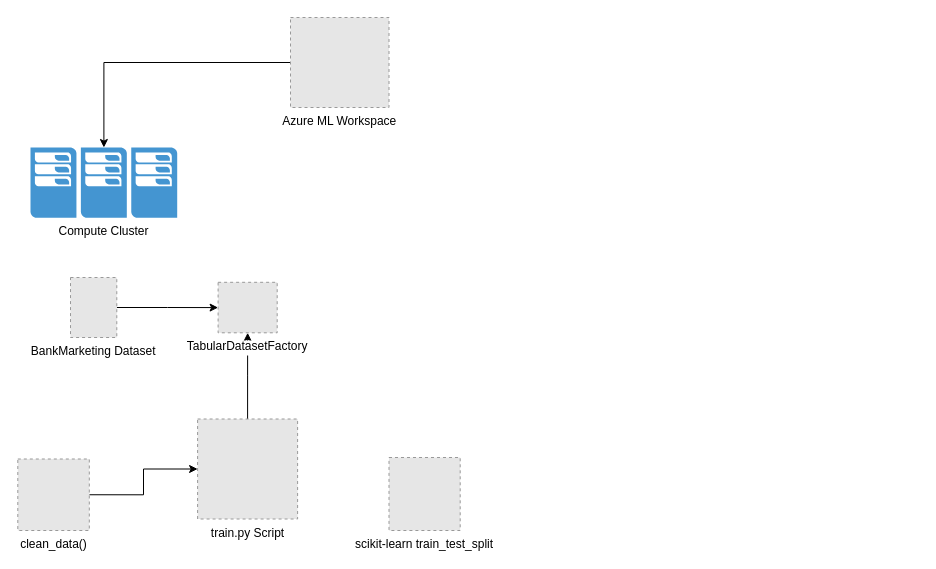
ionut-ml/nd00333_AZMLND_Optimizing_a_Pipeline_in_Azure-Starter_Files keeps this draw.io diagram as AutoMLDiagram.drawio. Above is the earlier version. Source tidied: cells renumbered, new cells numbered last; positions are measured from the earlier drawing's top-left corner, leaving out a move shared by most shapes. Both pictures are drawn from the tidied source at 100%, with x=0, y=0 at pixel (17, 17). Pictures stored in the file or linked from it are replaced by grey dashed boxes.
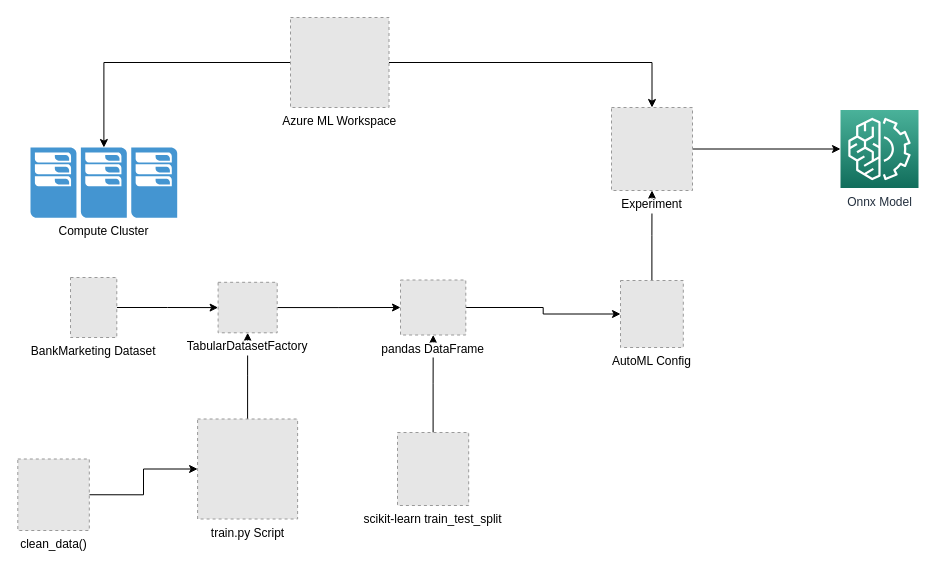
After the change.

The change refers to these unchanged cells:
```xml
<mxCell id="4" value="Azure ML Workspace" style="fillColor=#E6E6E6;strokeColor=#999999;dashed=1;verticalLabelPosition=bottom;labelBackgroundColor=#ffffff;verticalAlign=top;" parent="1" vertex="1">
  <mxGeometry x="273" width="98.5" height="90" as="geometry" />
</mxCell>
<mxCell id="12" value="TabularDatasetFactory" style="fillColor=#E6E6E6;strokeColor=#999999;dashed=1;verticalLabelPosition=bottom;labelBackgroundColor=#ffffff;verticalAlign=top;" parent="1" vertex="1">
  <mxGeometry x="200.6" y="264.8" width="59.1" height="50.5" as="geometry" />
</mxCell>
```

The edit, as a diff of the source:
```diff
@@
+    <mxCell id="13" style="edgeStyle=orthogonalEdgeStyle;rounded=0;jettySize=auto;html=1;entryX=0.5;entryY=0;entryDx=0;entryDy=0;" parent="1" edge="1" source="4" target="21">
+      <mxGeometry relative="1" as="geometry" />
+    </mxCell>
@@
+    <mxCell id="14" style="edgeStyle=orthogonalEdgeStyle;rounded=0;jettySize=auto;html=1;" parent="1" edge="1" source="7" target="17">
+      <mxGeometry relative="1" as="geometry" />
+    </mxCell>
     <mxCell id="7" value="scikit-learn train_test_split" style="fillColor=#E6E6E6;strokeColor=#999999;dashed=1;verticalLabelPosition=bottom;labelBackgroundColor=#ffffff;verticalAlign=top;" parent="1" vertex="1">
-      <mxGeometry x="371.5" y="440" width="71.2" height="73" as="geometry" />
+      <mxGeometry x="380" y="415" width="71.2" height="73" as="geometry" />
     </mxCell>
@@
+    <mxCell id="15" style="edgeStyle=orthogonalEdgeStyle;rounded=0;jettySize=auto;html=1;exitX=1;exitY=0.5;exitDx=0;exitDy=0;entryX=0;entryY=0.5;entryDx=0;entryDy=0;" parent="1" edge="1" source="12" target="17">
+      <mxGeometry relative="1" as="geometry" />
+    </mxCell>
@@
+    <mxCell id="16" style="edgeStyle=orthogonalEdgeStyle;rounded=0;jettySize=auto;html=1;entryX=0;entryY=0.5;entryDx=0;entryDy=0;" parent="1" edge="1" source="17" target="19">
+      <mxGeometry relative="1" as="geometry" />
+    </mxCell>
+    <mxCell id="17" value="pandas DataFrame" style="fillColor=#E6E6E6;strokeColor=#999999;dashed=1;verticalLabelPosition=bottom;labelBackgroundColor=#ffffff;verticalAlign=top;" parent="1" vertex="1">
+      <mxGeometry x="383" y="262.5" width="65.3" height="55" as="geometry" />
+    </mxCell>
+    <mxCell id="18" style="edgeStyle=orthogonalEdgeStyle;rounded=0;jettySize=auto;html=1;exitX=0.5;exitY=0;exitDx=0;exitDy=0;" parent="1" edge="1" source="19" target="21">
+      <mxGeometry relative="1" as="geometry" />
+    </mxCell>
+    <mxCell id="19" value="AutoML Config" style="fillColor=#E6E6E6;strokeColor=#999999;dashed=1;verticalLabelPosition=bottom;labelBackgroundColor=#ffffff;verticalAlign=top;" parent="1" vertex="1">
+      <mxGeometry x="603" y="263" width="62.8" height="67" as="geometry" />
+    </mxCell>
+    <mxCell id="20" style="edgeStyle=orthogonalEdgeStyle;rounded=0;jettySize=auto;html=1;entryX=0;entryY=0.5;entryDx=0;entryDy=0;entryPerimeter=0;" parent="1" edge="1" source="21" target="22">
+      <mxGeometry relative="1" as="geometry" />
+    </mxCell>
+    <mxCell id="21" value="Experiment" style="fillColor=#E6E6E6;strokeColor=#999999;dashed=1;verticalLabelPosition=bottom;labelBackgroundColor=#ffffff;verticalAlign=top;" parent="1" vertex="1">
+      <mxGeometry x="594" y="90" width="81" height="83" as="geometry" />
+    </mxCell>
+    <mxCell id="22" value="Onnx Model" style="points=[[0,0,0],[0.25,0,0],[0.5,0,0],[0.75,0,0],[1,0,0],[0,1,0],[0.25,1,0],[0.5,1,0],[0.75,1,0],[1,1,0],[0,0.25,0],[0,0.5,0],[0,0.75,0],[1,0.25,0],[1,0.5,0],[1,0.75,0]];outlineConnect=0;fontColor=#232F3E;gradientColor=#4AB29A;gradientDirection=north;fillColor=#116D5B;strokeColor=#ffffff;dashed=0;verticalLabelPosition=bottom;verticalAlign=top;align=center;html=1;fontSize=12;fontStyle=0;shape=mxgraph.aws4.resourceIcon;resIcon=mxgraph.aws4.machine_learning;" parent="1" vertex="1">
+      <mxGeometry x="823" y="92.5" width="78" height="78" as="geometry" />
+    </mxCell>
```
